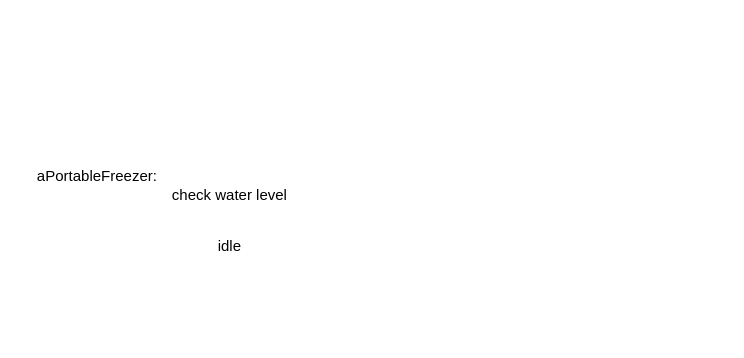
Before: wia2002tut10q2.drawio in justn0thinghere/drawio, a draw.io diagram. Source tidied: cells renumbered, new cells numbered last; positions are measured from the earlier drawing's top-left corner, leaving out a move shared by most shapes. Both pictures are drawn from the tidied source at 125%, with x=0, y=0 at pixel (21, 158).
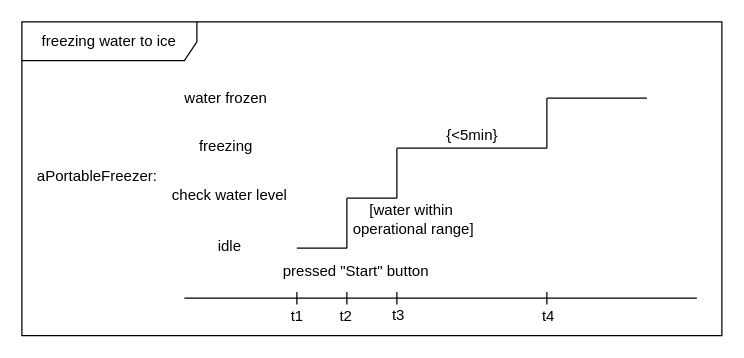
The same diagram, later.

The edit, as a diff of the source:
```diff
@@
+    <mxCell id="5" value="freezing" style="text;html=1;align=center;verticalAlign=middle;strokeColor=none;fillColor=none;" parent="1" vertex="1">
+      <mxGeometry x="128" y="-24" width="70" height="30" as="geometry" />
+    </mxCell>
+    <mxCell id="6" value="water frozen" style="text;html=1;align=center;verticalAlign=middle;strokeColor=none;fillColor=none;" parent="1" vertex="1">
+      <mxGeometry x="118" y="-63" width="90" height="30" as="geometry" />
+    </mxCell>
+    <mxCell id="7" style="endArrow=none;html=1;rounded=0;" parent="1" edge="1">
+      <mxGeometry relative="1" as="geometry">
+        <mxPoint x="220" y="72" as="sourcePoint" />
+        <mxPoint x="260" y="72" as="targetPoint" />
+      </mxGeometry>
+    </mxCell>
+    <mxCell id="8" value="pressed &quot;Start&quot; button" style="text;html=1;align=center;verticalAlign=middle;strokeColor=none;fillColor=none;" parent="1" vertex="1">
+      <mxGeometry x="197" y="76" width="140" height="30" as="geometry" />
+    </mxCell>
+    <mxCell id="9" style="endArrow=none;html=1;rounded=0;" parent="1" edge="1">
+      <mxGeometry relative="1" as="geometry">
+        <mxPoint x="260" y="72" as="sourcePoint" />
+        <mxPoint x="260" y="32" as="targetPoint" />
+      </mxGeometry>
+    </mxCell>
+    <mxCell id="10" style="endArrow=none;html=1;rounded=0;" parent="1" edge="1">
+      <mxGeometry relative="1" as="geometry">
+        <mxPoint x="260" y="32" as="sourcePoint" />
+        <mxPoint x="300" y="32" as="targetPoint" />
+      </mxGeometry>
+    </mxCell>
+    <mxCell id="11" value="[water within&amp;nbsp;&lt;div&gt;operational range]&lt;/div&gt;" style="text;html=1;align=center;verticalAlign=middle;strokeColor=none;fillColor=none;" parent="1" vertex="1">
+      <mxGeometry x="253" y="29" width="120" height="40" as="geometry" />
+    </mxCell>
+    <mxCell id="12" style="endArrow=none;html=1;rounded=0;" parent="1" edge="1">
+      <mxGeometry relative="1" as="geometry">
+        <mxPoint x="300" y="32" as="sourcePoint" />
+        <mxPoint x="300" y="-8" as="targetPoint" />
+      </mxGeometry>
+    </mxCell>
+    <mxCell id="13" style="endArrow=none;html=1;rounded=0;" parent="1" edge="1">
+      <mxGeometry relative="1" as="geometry">
+        <mxPoint x="300" y="-8" as="sourcePoint" />
+        <mxPoint x="420" y="-8" as="targetPoint" />
+      </mxGeometry>
+    </mxCell>
+    <mxCell id="14" value="{&amp;lt;5min}" style="text;html=1;align=center;verticalAlign=middle;strokeColor=none;fillColor=none;" parent="1" vertex="1">
+      <mxGeometry x="330" y="-33" width="60" height="30" as="geometry" />
+    </mxCell>
+    <mxCell id="15" style="endArrow=none;html=1;rounded=0;" parent="1" edge="1">
+      <mxGeometry relative="1" as="geometry">
+        <mxPoint x="420" y="-8" as="sourcePoint" />
+        <mxPoint x="420" y="-48" as="targetPoint" />
+      </mxGeometry>
+    </mxCell>
+    <mxCell id="16" style="endArrow=none;html=1;rounded=0;" parent="1" edge="1">
+      <mxGeometry relative="1" as="geometry">
+        <mxPoint x="420" y="-48" as="sourcePoint" />
+        <mxPoint x="500" y="-48" as="targetPoint" />
+      </mxGeometry>
+    </mxCell>
+    <mxCell id="17" style="endArrow=none;html=1;rounded=0;" parent="1" edge="1">
+      <mxGeometry relative="1" as="geometry">
+        <mxPoint x="540" y="112" as="sourcePoint" />
+        <mxPoint x="130" y="112" as="targetPoint" />
+      </mxGeometry>
+    </mxCell>
+    <mxCell id="18" style="endArrow=none;html=1;rounded=0;" parent="1" edge="1">
+      <mxGeometry relative="1" as="geometry">
+        <mxPoint x="220" y="117" as="sourcePoint" />
+        <mxPoint x="220" y="107" as="targetPoint" />
+      </mxGeometry>
+    </mxCell>
+    <mxCell id="19" style="endArrow=none;html=1;rounded=0;" parent="1" edge="1">
+      <mxGeometry relative="1" as="geometry">
+        <mxPoint x="260" y="117" as="sourcePoint" />
+        <mxPoint x="260" y="107" as="targetPoint" />
+      </mxGeometry>
+    </mxCell>
+    <mxCell id="20" style="endArrow=none;html=1;rounded=0;" parent="1" edge="1">
+      <mxGeometry relative="1" as="geometry">
+        <mxPoint x="300" y="117" as="sourcePoint" />
+        <mxPoint x="300" y="107" as="targetPoint" />
+      </mxGeometry>
+    </mxCell>
+    <mxCell id="21" style="endArrow=none;html=1;rounded=0;" parent="1" edge="1">
+      <mxGeometry relative="1" as="geometry">
+        <mxPoint x="420" y="117" as="sourcePoint" />
+        <mxPoint x="420" y="107" as="targetPoint" />
+      </mxGeometry>
+    </mxCell>
+    <mxCell id="22" value="t1" style="text;html=1;align=center;verticalAlign=middle;strokeColor=none;fillColor=none;" parent="1" vertex="1">
+      <mxGeometry x="205" y="112" width="30" height="30" as="geometry" />
+    </mxCell>
+    <mxCell id="23" value="t2" style="text;html=1;align=center;verticalAlign=middle;strokeColor=none;fillColor=none;" parent="1" vertex="1">
+      <mxGeometry x="244" y="112" width="30" height="30" as="geometry" />
+    </mxCell>
+    <mxCell id="24" value="t3" style="text;html=1;align=center;verticalAlign=middle;strokeColor=none;fillColor=none;" parent="1" vertex="1">
+      <mxGeometry x="286" y="111" width="30" height="30" as="geometry" />
+    </mxCell>
+    <mxCell id="25" value="t4" style="text;html=1;align=center;verticalAlign=middle;strokeColor=none;fillColor=none;" parent="1" vertex="1">
+      <mxGeometry x="406" y="112" width="30" height="30" as="geometry" />
+    </mxCell>
+    <mxCell id="26" value="freezing water to ice" style="shape=umlFrame;whiteSpace=wrap;html=1;width=140;height=31;" parent="1" vertex="1">
+      <mxGeometry y="-109" width="560" height="251" as="geometry" />
+    </mxCell>
```
